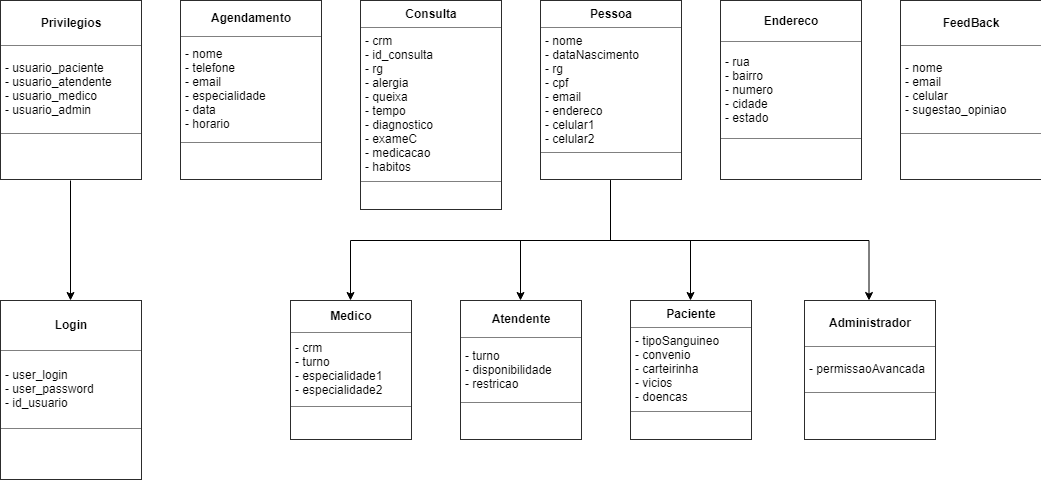
This is Documentos/UML de Classes/Diagrama_Classes_UML.png from GabrielNogueiraBR/ClinCode-Sistema-para-Clinicas, a draw.io export, as it was before one commit. Source tidied: cells renumbered, new cells last; positions are measured from the earlier drawing's top-left corner, leaving out a move shared by most shapes.
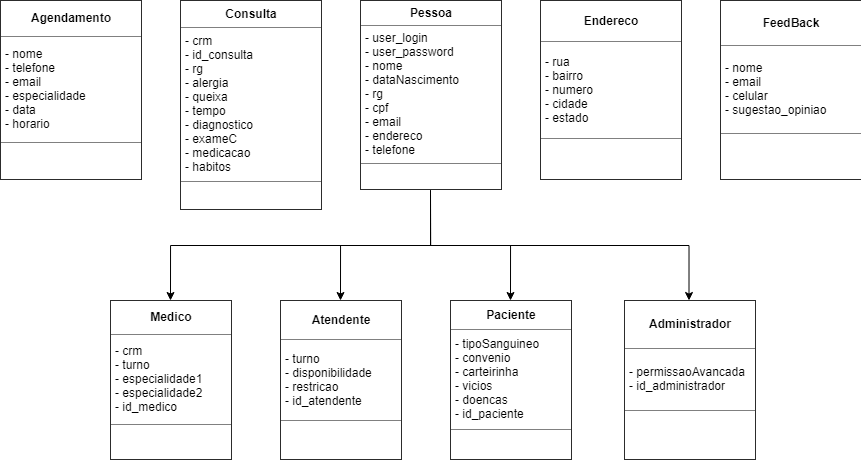
The same file after the commit.

Commit message:
Atualização do UML de Classes

Change to the diagram source:
```diff
@@ -14,20 +14,20 @@
     <mxCell id="5" style="edgeStyle=orthogonalEdgeStyle;rounded=0;jettySize=auto;html=1;exitX=0.5;exitY=1;exitDx=0;exitDy=0;entryX=0.5;entryY=0;entryDx=0;entryDy=0;" parent="1" edge="1" source="6" target="10">
       <mxGeometry relative="1" as="geometry" />
     </mxCell>
-    <mxCell id="6" value="&lt;table border=&quot;1&quot; width=&quot;100%&quot; cellpadding=&quot;4&quot; style=&quot;width: 100% ; height: 100% ; border-collapse: collapse&quot;&gt;&lt;tbody&gt;&lt;tr&gt;&lt;th align=&quot;center&quot;&gt;Pessoa&lt;/th&gt;&lt;/tr&gt;&lt;tr&gt;&lt;td&gt;- nome&lt;br&gt;- dataNascimento&lt;br&gt;- rg&lt;br&gt;- cpf&lt;br&gt;- email&lt;br&gt;- endereco&lt;br&gt;- celular1&lt;br&gt;- celular2&lt;/td&gt;&lt;/tr&gt;&lt;tr&gt;&lt;td align=&quot;center&quot;&gt;&lt;br&gt;&lt;/td&gt;&lt;/tr&gt;&lt;/tbody&gt;&lt;/table&gt;" style="text;html=1;strokeColor=none;fillColor=none;overflow=fill;" parent="1" vertex="1">
-      <mxGeometry x="540" width="140" height="180" as="geometry" />
+    <mxCell id="6" value="&lt;table border=&quot;1&quot; width=&quot;100%&quot; cellpadding=&quot;4&quot; style=&quot;width: 100% ; height: 100% ; border-collapse: collapse&quot;&gt;&lt;tbody&gt;&lt;tr&gt;&lt;th align=&quot;center&quot;&gt;Pessoa&lt;/th&gt;&lt;/tr&gt;&lt;tr&gt;&lt;td&gt;- user_login&lt;br&gt;- user_password&lt;br&gt;- nome&lt;br&gt;- dataNascimento&lt;br&gt;- rg&lt;br&gt;- cpf&lt;br&gt;- email&lt;br&gt;- endereco&lt;br&gt;- telefone&lt;br&gt;&lt;/td&gt;&lt;/tr&gt;&lt;tr&gt;&lt;td align=&quot;center&quot;&gt;&lt;br&gt;&lt;/td&gt;&lt;/tr&gt;&lt;/tbody&gt;&lt;/table&gt;" style="text;html=1;strokeColor=none;fillColor=none;overflow=fill;" parent="1" vertex="1">
+      <mxGeometry x="540" width="140" height="190" as="geometry" />
     </mxCell>
-    <mxCell id="7" value="&lt;table border=&quot;1&quot; width=&quot;100%&quot; cellpadding=&quot;4&quot; style=&quot;width: 100% ; height: 100% ; border-collapse: collapse&quot;&gt;&lt;tbody&gt;&lt;tr&gt;&lt;th align=&quot;center&quot;&gt;Medico&lt;/th&gt;&lt;/tr&gt;&lt;tr&gt;&lt;td&gt;- crm&lt;br&gt;- turno&lt;br&gt;- especialidade1&lt;br&gt;- especialidade2&lt;/td&gt;&lt;/tr&gt;&lt;tr&gt;&lt;td align=&quot;center&quot;&gt;&lt;br&gt;&lt;/td&gt;&lt;/tr&gt;&lt;/tbody&gt;&lt;/table&gt;" style="text;html=1;strokeColor=none;fillColor=none;overflow=fill;" parent="1" vertex="1">
-      <mxGeometry x="290" y="300" width="120" height="140" as="geometry" />
+    <mxCell id="7" value="&lt;table border=&quot;1&quot; width=&quot;100%&quot; cellpadding=&quot;4&quot; style=&quot;width: 100% ; height: 100% ; border-collapse: collapse&quot;&gt;&lt;tbody&gt;&lt;tr&gt;&lt;th align=&quot;center&quot;&gt;Medico&lt;/th&gt;&lt;/tr&gt;&lt;tr&gt;&lt;td&gt;- crm&lt;br&gt;- turno&lt;br&gt;- especialidade1&lt;br&gt;- especialidade2&lt;br&gt;- id_medico&lt;/td&gt;&lt;/tr&gt;&lt;tr&gt;&lt;td align=&quot;center&quot;&gt;&lt;br&gt;&lt;/td&gt;&lt;/tr&gt;&lt;/tbody&gt;&lt;/table&gt;" style="text;html=1;strokeColor=none;fillColor=none;overflow=fill;" parent="1" vertex="1">
+      <mxGeometry x="290" y="300" width="120" height="160" as="geometry" />
     </mxCell>
-    <mxCell id="8" value="&lt;table border=&quot;1&quot; width=&quot;100%&quot; cellpadding=&quot;4&quot; style=&quot;width: 100% ; height: 100% ; border-collapse: collapse&quot;&gt;&lt;tbody&gt;&lt;tr&gt;&lt;th align=&quot;center&quot;&gt;Atendente&lt;/th&gt;&lt;/tr&gt;&lt;tr&gt;&lt;td&gt;- turno&lt;br&gt;- disponibilidade&lt;br&gt;- restricao&lt;br&gt;&lt;/td&gt;&lt;/tr&gt;&lt;tr&gt;&lt;td align=&quot;center&quot;&gt;&lt;br&gt;&lt;/td&gt;&lt;/tr&gt;&lt;/tbody&gt;&lt;/table&gt;" style="text;html=1;strokeColor=none;fillColor=none;overflow=fill;" parent="1" vertex="1">
-      <mxGeometry x="460" y="300" width="120" height="140" as="geometry" />
+    <mxCell id="8" value="&lt;table border=&quot;1&quot; width=&quot;100%&quot; cellpadding=&quot;4&quot; style=&quot;width: 100% ; height: 100% ; border-collapse: collapse&quot;&gt;&lt;tbody&gt;&lt;tr&gt;&lt;th align=&quot;center&quot;&gt;Atendente&lt;/th&gt;&lt;/tr&gt;&lt;tr&gt;&lt;td&gt;- turno&lt;br&gt;- disponibilidade&lt;br&gt;- restricao&lt;br&gt;- id_atendente&lt;/td&gt;&lt;/tr&gt;&lt;tr&gt;&lt;td align=&quot;center&quot;&gt;&lt;br&gt;&lt;/td&gt;&lt;/tr&gt;&lt;/tbody&gt;&lt;/table&gt;" style="text;html=1;strokeColor=none;fillColor=none;overflow=fill;" parent="1" vertex="1">
+      <mxGeometry x="460" y="300" width="120" height="160" as="geometry" />
     </mxCell>
-    <mxCell id="9" value="&lt;table border=&quot;1&quot; width=&quot;100%&quot; cellpadding=&quot;4&quot; style=&quot;width: 100% ; height: 100% ; border-collapse: collapse&quot;&gt;&lt;tbody&gt;&lt;tr&gt;&lt;th align=&quot;center&quot;&gt;Paciente&lt;br&gt;&lt;/th&gt;&lt;/tr&gt;&lt;tr&gt;&lt;td&gt;- tipoSanguineo&lt;br&gt;- convenio&lt;br&gt;- carteirinha&lt;br&gt;- vicios&lt;br&gt;- doencas&lt;br&gt;&lt;/td&gt;&lt;/tr&gt;&lt;tr&gt;&lt;td align=&quot;center&quot;&gt;&lt;br&gt;&lt;/td&gt;&lt;/tr&gt;&lt;/tbody&gt;&lt;/table&gt;" style="text;html=1;strokeColor=none;fillColor=none;overflow=fill;" parent="1" vertex="1">
-      <mxGeometry x="630" y="300" width="120" height="140" as="geometry" />
+    <mxCell id="9" value="&lt;table border=&quot;1&quot; width=&quot;100%&quot; cellpadding=&quot;4&quot; style=&quot;width: 100% ; height: 100% ; border-collapse: collapse&quot;&gt;&lt;tbody&gt;&lt;tr&gt;&lt;th align=&quot;center&quot;&gt;Paciente&lt;br&gt;&lt;/th&gt;&lt;/tr&gt;&lt;tr&gt;&lt;td&gt;- tipoSanguineo&lt;br&gt;- convenio&lt;br&gt;- carteirinha&lt;br&gt;- vicios&lt;br&gt;- doencas&lt;br&gt;- id_paciente&lt;br&gt;&lt;/td&gt;&lt;/tr&gt;&lt;tr&gt;&lt;td align=&quot;center&quot;&gt;&lt;br&gt;&lt;/td&gt;&lt;/tr&gt;&lt;/tbody&gt;&lt;/table&gt;" style="text;html=1;strokeColor=none;fillColor=none;overflow=fill;" parent="1" vertex="1">
+      <mxGeometry x="630" y="300" width="120" height="160" as="geometry" />
     </mxCell>
-    <mxCell id="10" value="&lt;table border=&quot;1&quot; width=&quot;100%&quot; cellpadding=&quot;4&quot; style=&quot;width: 100% ; height: 100% ; border-collapse: collapse&quot;&gt;&lt;tbody&gt;&lt;tr&gt;&lt;th align=&quot;center&quot;&gt;Administrador&lt;br&gt;&lt;/th&gt;&lt;/tr&gt;&lt;tr&gt;&lt;td&gt;- permissaoAvancada&lt;br&gt;&lt;/td&gt;&lt;/tr&gt;&lt;tr&gt;&lt;td align=&quot;center&quot;&gt;&lt;br&gt;&lt;/td&gt;&lt;/tr&gt;&lt;/tbody&gt;&lt;/table&gt;" style="text;html=1;strokeColor=none;fillColor=none;overflow=fill;" parent="1" vertex="1">
-      <mxGeometry x="803.5" y="300" width="130" height="140" as="geometry" />
+    <mxCell id="10" value="&lt;table border=&quot;1&quot; width=&quot;100%&quot; cellpadding=&quot;4&quot; style=&quot;width: 100% ; height: 100% ; border-collapse: collapse&quot;&gt;&lt;tbody&gt;&lt;tr&gt;&lt;th align=&quot;center&quot;&gt;Administrador&lt;br&gt;&lt;/th&gt;&lt;/tr&gt;&lt;tr&gt;&lt;td&gt;- permissaoAvancada&lt;br&gt;- id_administrador&lt;/td&gt;&lt;/tr&gt;&lt;tr&gt;&lt;td align=&quot;center&quot;&gt;&lt;br&gt;&lt;/td&gt;&lt;/tr&gt;&lt;/tbody&gt;&lt;/table&gt;" style="text;html=1;strokeColor=none;fillColor=none;overflow=fill;" parent="1" vertex="1">
+      <mxGeometry x="803.5" y="300" width="130" height="160" as="geometry" />
     </mxCell>
     <mxCell id="11" value="&lt;table border=&quot;1&quot; width=&quot;100%&quot; cellpadding=&quot;4&quot; style=&quot;width: 100% ; height: 100% ; border-collapse: collapse&quot;&gt;&lt;tbody&gt;&lt;tr&gt;&lt;th align=&quot;center&quot;&gt;Agendamento&lt;/th&gt;&lt;/tr&gt;&lt;tr&gt;&lt;td&gt;- nome&lt;br&gt;- telefone&lt;br&gt;- email&lt;br&gt;- especialidade&lt;br&gt;- data&lt;br&gt;- horario&lt;/td&gt;&lt;/tr&gt;&lt;tr&gt;&lt;td align=&quot;center&quot;&gt;&lt;br&gt;&lt;/td&gt;&lt;/tr&gt;&lt;/tbody&gt;&lt;/table&gt;" style="text;html=1;strokeColor=none;fillColor=none;overflow=fill;" parent="1" vertex="1">
       <mxGeometry x="180" width="140" height="180" as="geometry" />
@@ -41,14 +41,5 @@
     <mxCell id="14" value="&lt;table border=&quot;1&quot; width=&quot;100%&quot; cellpadding=&quot;4&quot; style=&quot;width: 100% ; height: 100% ; border-collapse: collapse&quot;&gt;&lt;tbody&gt;&lt;tr&gt;&lt;th align=&quot;center&quot;&gt;FeedBack&lt;/th&gt;&lt;/tr&gt;&lt;tr&gt;&lt;td&gt;- nome&lt;br&gt;- email&lt;br&gt;- celular&lt;br&gt;- sugestao_opiniao&lt;/td&gt;&lt;/tr&gt;&lt;tr&gt;&lt;td align=&quot;center&quot;&gt;&lt;br&gt;&lt;/td&gt;&lt;/tr&gt;&lt;/tbody&gt;&lt;/table&gt;" style="text;html=1;strokeColor=none;fillColor=none;overflow=fill;" parent="1" vertex="1">
       <mxGeometry x="900" width="140" height="180" as="geometry" />
     </mxCell>
-    <mxCell id="15" style="edgeStyle=orthogonalEdgeStyle;rounded=0;jettySize=auto;html=1;exitX=0.5;exitY=1;exitDx=0;exitDy=0;entryX=0.5;entryY=0;entryDx=0;entryDy=0;" parent="1" edge="1" source="16" target="17">
-      <mxGeometry relative="1" as="geometry" />
-    </mxCell>
-    <mxCell id="16" value="&lt;table border=&quot;1&quot; width=&quot;100%&quot; cellpadding=&quot;4&quot; style=&quot;width: 100% ; height: 100% ; border-collapse: collapse&quot;&gt;&lt;tbody&gt;&lt;tr&gt;&lt;th align=&quot;center&quot;&gt;Privilegios&lt;/th&gt;&lt;/tr&gt;&lt;tr&gt;&lt;td&gt;- usuario_paciente&lt;br&gt;- usuario_atendente&lt;br&gt;- usuario_medico&lt;br&gt;- usuario_admin&lt;/td&gt;&lt;/tr&gt;&lt;tr&gt;&lt;td align=&quot;center&quot;&gt;&lt;br&gt;&lt;/td&gt;&lt;/tr&gt;&lt;/tbody&gt;&lt;/table&gt;" style="text;html=1;strokeColor=none;fillColor=none;overflow=fill;" parent="1" vertex="1">
-      <mxGeometry width="140" height="180" as="geometry" />
-    </mxCell>
-    <mxCell id="17" value="&lt;table border=&quot;1&quot; width=&quot;100%&quot; cellpadding=&quot;4&quot; style=&quot;width: 100% ; height: 100% ; border-collapse: collapse&quot;&gt;&lt;tbody&gt;&lt;tr&gt;&lt;th align=&quot;center&quot;&gt;Login&lt;/th&gt;&lt;/tr&gt;&lt;tr&gt;&lt;td&gt;- user_login&lt;br&gt;- user_password&lt;br&gt;- id_usuario&lt;/td&gt;&lt;/tr&gt;&lt;tr&gt;&lt;td align=&quot;center&quot;&gt;&lt;br&gt;&lt;/td&gt;&lt;/tr&gt;&lt;/tbody&gt;&lt;/table&gt;" style="text;html=1;strokeColor=none;fillColor=none;overflow=fill;" parent="1" vertex="1">
-      <mxGeometry y="300" width="140" height="180" as="geometry" />
-    </mxCell>
   </root>
 </mxGraphModel>
```
